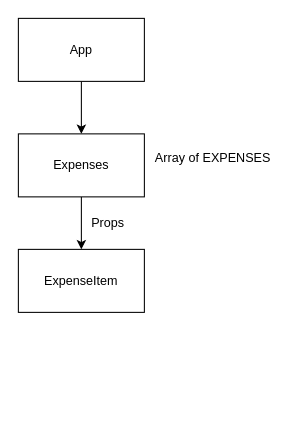
This is page "Page-2" (2 of 2) of training_material/react-diagrams.drawio from synergy2411/apr-24-frontend, a draw.io file, before an edit. Source tidied: cells renumbered, new cells numbered last; positions are measured from the earlier drawing's top-left corner, leaving out a move shared by most shapes. Both pictures are drawn from the tidied source at 105%, with x=0, y=0 at pixel (18, 18).
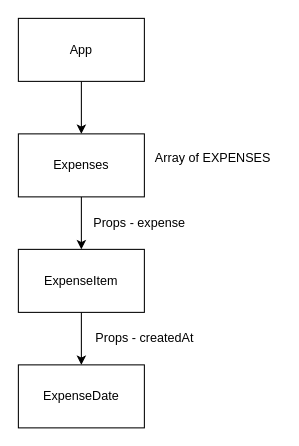
Above is the later version.

Commit message (it also covers changes not shown here):
expense date

The edit, as a diff of the source:
```diff
@@
 <mxGraphModel>
   <root>
     <mxCell id="0" />
     <mxCell id="1" parent="0" />
     <mxCell id="2" style="edgeStyle=orthogonalEdgeStyle;rounded=0;jettySize=auto;html=1;" parent="1" edge="1" source="3" target="5">
       <mxGeometry relative="1" as="geometry" />
     </mxCell>
     <mxCell id="3" value="App" style="rounded=0;whiteSpace=wrap;html=1;" parent="1" vertex="1">
       <mxGeometry width="120" height="60" as="geometry" />
     </mxCell>
     <mxCell id="4" style="edgeStyle=orthogonalEdgeStyle;rounded=0;jettySize=auto;html=1;" parent="1" edge="1" source="5" target="6">
       <mxGeometry relative="1" as="geometry" />
     </mxCell>
     <mxCell id="5" value="Expenses" style="rounded=0;whiteSpace=wrap;html=1;" parent="1" vertex="1">
       <mxGeometry y="110" width="120" height="60" as="geometry" />
     </mxCell>
+    <mxCell id="9" style="edgeStyle=orthogonalEdgeStyle;rounded=0;jettySize=auto;html=1;" parent="1" edge="1" source="6" target="10">
+      <mxGeometry relative="1" as="geometry" />
+    </mxCell>
     <mxCell id="6" value="ExpenseItem" style="rounded=0;whiteSpace=wrap;html=1;" parent="1" vertex="1">
       <mxGeometry y="220" width="120" height="60" as="geometry" />
     </mxCell>
     <mxCell id="7" value="Array of EXPENSES" style="text;html=1;align=center;verticalAlign=middle;strokeColor=none;fillColor=none;" parent="1" vertex="1">
       <mxGeometry x="120" y="118" width="130" height="30" as="geometry" />
     </mxCell>
-    <mxCell id="8" value="Props" style="text;html=1;align=center;verticalAlign=middle;strokeColor=none;fillColor=none;" parent="1" vertex="1">
-      <mxGeometry x="60" y="180" width="50" height="30" as="geometry" />
+    <mxCell id="8" value="Props - expense" style="text;html=1;align=center;verticalAlign=middle;strokeColor=none;fillColor=none;" parent="1" vertex="1">
+      <mxGeometry x="60" y="180" width="110" height="30" as="geometry" />
     </mxCell>
+    <mxCell id="10" value="ExpenseDate" style="rounded=0;whiteSpace=wrap;html=1;" parent="1" vertex="1">
+      <mxGeometry y="330" width="120" height="60" as="geometry" />
+    </mxCell>
+    <mxCell id="11" value="Props - createdAt" style="text;html=1;align=center;verticalAlign=middle;strokeColor=none;fillColor=none;" parent="1" vertex="1">
+      <mxGeometry x="60" y="290" width="120" height="30" as="geometry" />
+    </mxCell>
   </root>
 </mxGraphModel>
```
